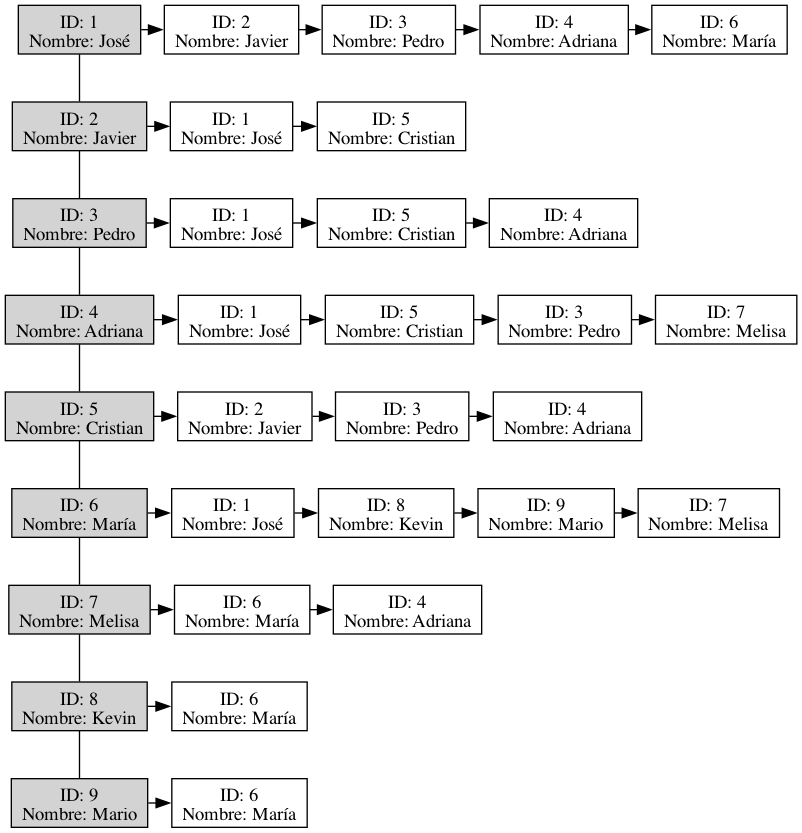
This is fase3/usuarios/reportes/grafoLista.png from Ggi0/-EDD-Proyecto_202100229, a Graphviz export, as it was before one commit. Its source is kept beside it as fase3/usuarios/reportes/grafoLista.dot.
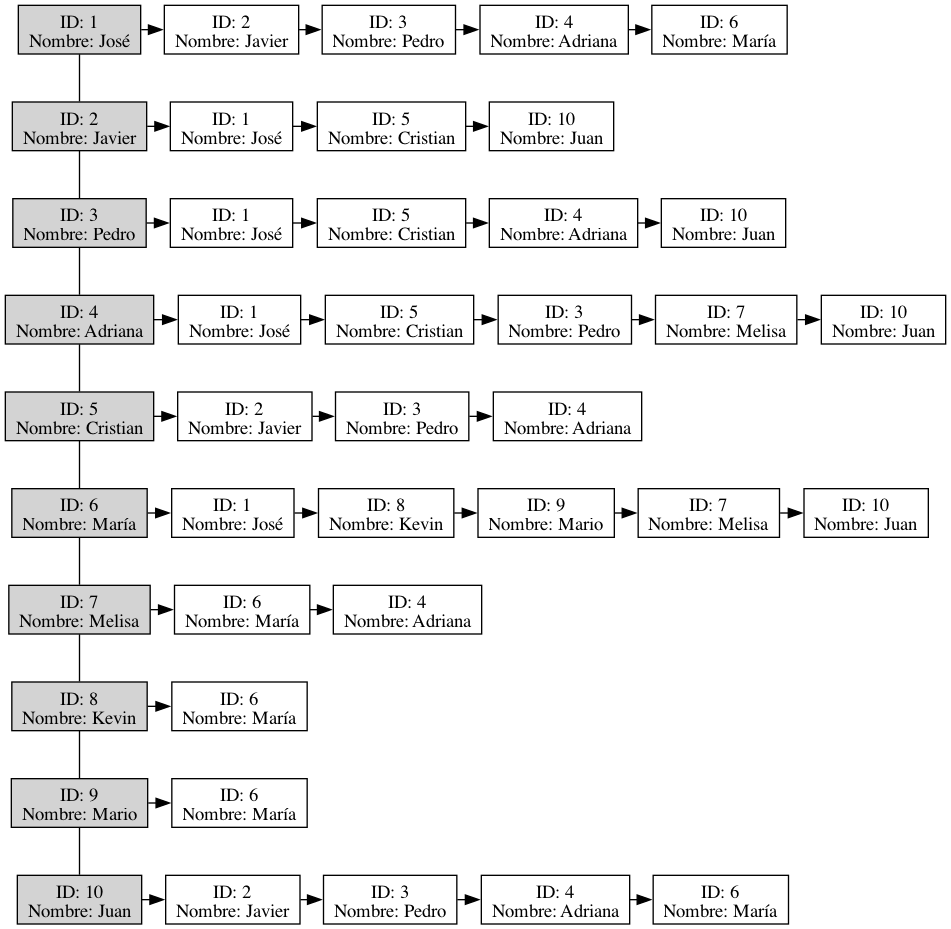
Above is the later version.

What changed in the source:
```diff
@@ -1,69 +1,87 @@
 digraph G {
 node[shape = "box" style = "filled"]
 Nodo1[label = "ID: 1\nNombre: José" group = "1" fillcolor="lightgray"];
-Nodo1->Nodo2[dir = none];Nodo1->Nodo0x7fba8c506430;
-Nodo0x7fba8c506430[label = "ID: 2\nNombre: Javier" fillcolor = "white"];
-Nodo0x7fba8c506430->Nodo0x7fba8c5065b0;
-Nodo0x7fba8c5065b0[label = "ID: 3\nNombre: Pedro" fillcolor = "white"];
-Nodo0x7fba8c5065b0->Nodo0x7fba8c506730;
-Nodo0x7fba8c506730[label = "ID: 4\nNombre: Adriana" fillcolor = "white"];
-Nodo0x7fba8c506730->Nodo0x7fba8c5068b0;
-Nodo0x7fba8c5068b0[label = "ID: 6\nNombre: María" fillcolor = "white"];
-{rank=same;Nodo1;Nodo0x7fba8c506430;Nodo0x7fba8c5065b0;Nodo0x7fba8c506730;Nodo0x7fba8c5068b0}
+Nodo1->Nodo2[dir = none];Nodo1->Nodo0x7facbbc06580;
+Nodo0x7facbbc06580[label = "ID: 2\nNombre: Javier" fillcolor = "white"];
+Nodo0x7facbbc06580->Nodo0x7facbbc06700;
+Nodo0x7facbbc06700[label = "ID: 3\nNombre: Pedro" fillcolor = "white"];
+Nodo0x7facbbc06700->Nodo0x7facbbc06880;
+Nodo0x7facbbc06880[label = "ID: 4\nNombre: Adriana" fillcolor = "white"];
+Nodo0x7facbbc06880->Nodo0x7facbbc06a00;
+Nodo0x7facbbc06a00[label = "ID: 6\nNombre: María" fillcolor = "white"];
+{rank=same;Nodo1;Nodo0x7facbbc06580;Nodo0x7facbbc06700;Nodo0x7facbbc06880;Nodo0x7facbbc06a00}
 Nodo2[label = "ID: 2\nNombre: Javier" group = "1" fillcolor="lightgray"];
-Nodo2->Nodo3[dir = none];Nodo2->Nodo0x7fba8c5064f0;
-Nodo0x7fba8c5064f0[label = "ID: 1\nNombre: José" fillcolor = "white"];
-Nodo0x7fba8c5064f0->Nodo0x7fba8c506af0;
-Nodo0x7fba8c506af0[label = "ID: 5\nNombre: Cristian" fillcolor = "white"];
-{rank=same;Nodo2;Nodo0x7fba8c5064f0;Nodo0x7fba8c506af0}
+Nodo2->Nodo3[dir = none];Nodo2->Nodo0x7facbbc06640;
+Nodo0x7facbbc06640[label = "ID: 1\nNombre: José" fillcolor = "white"];
+Nodo0x7facbbc06640->Nodo0x7facbbc06c40;
+Nodo0x7facbbc06c40[label = "ID: 5\nNombre: Cristian" fillcolor = "white"];
+Nodo0x7facbbc06c40->Nodo0x7facbbc07840;
+Nodo0x7facbbc07840[label = "ID: 10\nNombre: Juan" fillcolor = "white"];
+{rank=same;Nodo2;Nodo0x7facbbc06640;Nodo0x7facbbc06c40;Nodo0x7facbbc07840}
 Nodo3[label = "ID: 3\nNombre: Pedro" group = "1" fillcolor="lightgray"];
-Nodo3->Nodo4[dir = none];Nodo3->Nodo0x7fba8c506670;
-Nodo0x7fba8c506670[label = "ID: 1\nNombre: José" fillcolor = "white"];
-Nodo0x7fba8c506670->Nodo0x7fba8c506c70;
-Nodo0x7fba8c506c70[label = "ID: 5\nNombre: Cristian" fillcolor = "white"];
-Nodo0x7fba8c506c70->Nodo0x7fba8c506eb0;
-Nodo0x7fba8c506eb0[label = "ID: 4\nNombre: Adriana" fillcolor = "white"];
-{rank=same;Nodo3;Nodo0x7fba8c506670;Nodo0x7fba8c506c70;Nodo0x7fba8c506eb0}
+Nodo3->Nodo4[dir = none];Nodo3->Nodo0x7facbbc067c0;
+Nodo0x7facbbc067c0[label = "ID: 1\nNombre: José" fillcolor = "white"];
+Nodo0x7facbbc067c0->Nodo0x7facbbc06dc0;
+Nodo0x7facbbc06dc0[label = "ID: 5\nNombre: Cristian" fillcolor = "white"];
+Nodo0x7facbbc06dc0->Nodo0x7facbbc07000;
+Nodo0x7facbbc07000[label = "ID: 4\nNombre: Adriana" fillcolor = "white"];
+Nodo0x7facbbc07000->Nodo0x7facbbc079c0;
+Nodo0x7facbbc079c0[label = "ID: 10\nNombre: Juan" fillcolor = "white"];
+{rank=same;Nodo3;Nodo0x7facbbc067c0;Nodo0x7facbbc06dc0;Nodo0x7facbbc07000;Nodo0x7facbbc079c0}
 Nodo4[label = "ID: 4\nNombre: Adriana" group = "1" fillcolor="lightgray"];
-Nodo4->Nodo5[dir = none];Nodo4->Nodo0x7fba8c5067f0;
-Nodo0x7fba8c5067f0[label = "ID: 1\nNombre: José" fillcolor = "white"];
-Nodo0x7fba8c5067f0->Nodo0x7fba8c506df0;
-Nodo0x7fba8c506df0[label = "ID: 5\nNombre: Cristian" fillcolor = "white"];
-Nodo0x7fba8c506df0->Nodo0x7fba8c506f70;
-Nodo0x7fba8c506f70[label = "ID: 3\nNombre: Pedro" fillcolor = "white"];
-Nodo0x7fba8c506f70->Nodo0x7fba8c50a050;
-Nodo0x7fba8c50a050[label = "ID: 7\nNombre: Melisa" fillcolor = "white"];
-{rank=same;Nodo4;Nodo0x7fba8c5067f0;Nodo0x7fba8c506df0;Nodo0x7fba8c506f70;Nodo0x7fba8c50a050}
+Nodo4->Nodo5[dir = none];Nodo4->Nodo0x7facbbc06940;
+Nodo0x7facbbc06940[label = "ID: 1\nNombre: José" fillcolor = "white"];
+Nodo0x7facbbc06940->Nodo0x7facbbc06f40;
+Nodo0x7facbbc06f40[label = "ID: 5\nNombre: Cristian" fillcolor = "white"];
+Nodo0x7facbbc06f40->Nodo0x7facbbc070c0;
+Nodo0x7facbbc070c0[label = "ID: 3\nNombre: Pedro" fillcolor = "white"];
+Nodo0x7facbbc070c0->Nodo0x7facbbc076c0;
+Nodo0x7facbbc076c0[label = "ID: 7\nNombre: Melisa" fillcolor = "white"];
+Nodo0x7facbbc076c0->Nodo0x7facbbc07b40;
+Nodo0x7facbbc07b40[label = "ID: 10\nNombre: Juan" fillcolor = "white"];
+{rank=same;Nodo4;Nodo0x7facbbc06940;Nodo0x7facbbc06f40;Nodo0x7facbbc070c0;Nodo0x7facbbc076c0;Nodo0x7facbbc07b40}
 Nodo5[label = "ID: 5\nNombre: Cristian" group = "1" fillcolor="lightgray"];
-Nodo5->Nodo6[dir = none];Nodo5->Nodo0x7fba8c506a30;
-Nodo0x7fba8c506a30[label = "ID: 2\nNombre: Javier" fillcolor = "white"];
-Nodo0x7fba8c506a30->Nodo0x7fba8c506bb0;
-Nodo0x7fba8c506bb0[label = "ID: 3\nNombre: Pedro" fillcolor = "white"];
-Nodo0x7fba8c506bb0->Nodo0x7fba8c506d30;
-Nodo0x7fba8c506d30[label = "ID: 4\nNombre: Adriana" fillcolor = "white"];
-{rank=same;Nodo5;Nodo0x7fba8c506a30;Nodo0x7fba8c506bb0;Nodo0x7fba8c506d30}
+Nodo5->Nodo6[dir = none];Nodo5->Nodo0x7facbbc06b80;
+Nodo0x7facbbc06b80[label = "ID: 2\nNombre: Javier" fillcolor = "white"];
+Nodo0x7facbbc06b80->Nodo0x7facbbc06d00;
+Nodo0x7facbbc06d00[label = "ID: 3\nNombre: Pedro" fillcolor = "white"];
+Nodo0x7facbbc06d00->Nodo0x7facbbc06e80;
+Nodo0x7facbbc06e80[label = "ID: 4\nNombre: Adriana" fillcolor = "white"];
+{rank=same;Nodo5;Nodo0x7facbbc06b80;Nodo0x7facbbc06d00;Nodo0x7facbbc06e80}
 Nodo6[label = "ID: 6\nNombre: María" group = "1" fillcolor="lightgray"];
-Nodo6->Nodo7[dir = none];Nodo6->Nodo0x7fba8c506970;
-Nodo0x7fba8c506970[label = "ID: 1\nNombre: José" fillcolor = "white"];
-Nodo0x7fba8c506970->Nodo0x7fba8c507030;
-Nodo0x7fba8c507030[label = "ID: 8\nNombre: Kevin" fillcolor = "white"];
-Nodo0x7fba8c507030->Nodo0x7fba8c5071b0;
-Nodo0x7fba8c5071b0[label = "ID: 9\nNombre: Mario" fillcolor = "white"];
-Nodo0x7fba8c5071b0->Nodo0x7fba8c509e10;
-Nodo0x7fba8c509e10[label = "ID: 7\nNombre: Melisa" fillcolor = "white"];
-{rank=same;Nodo6;Nodo0x7fba8c506970;Nodo0x7fba8c507030;Nodo0x7fba8c5071b0;Nodo0x7fba8c509e10}
+Nodo6->Nodo7[dir = none];Nodo6->Nodo0x7facbbc06ac0;
+Nodo0x7facbbc06ac0[label = "ID: 1\nNombre: José" fillcolor = "white"];
+Nodo0x7facbbc06ac0->Nodo0x7facbbc07180;
+Nodo0x7facbbc07180[label = "ID: 8\nNombre: Kevin" fillcolor = "white"];
+Nodo0x7facbbc07180->Nodo0x7facbbc07300;
+Nodo0x7facbbc07300[label = "ID: 9\nNombre: Mario" fillcolor = "white"];
+Nodo0x7facbbc07300->Nodo0x7facbbc07480;
+Nodo0x7facbbc07480[label = "ID: 7\nNombre: Melisa" fillcolor = "white"];
+Nodo0x7facbbc07480->Nodo0x7facbbc07cc0;
+Nodo0x7facbbc07cc0[label = "ID: 10\nNombre: Juan" fillcolor = "white"];
+{rank=same;Nodo6;Nodo0x7facbbc06ac0;Nodo0x7facbbc07180;Nodo0x7facbbc07300;Nodo0x7facbbc07480;Nodo0x7facbbc07cc0}
 Nodo7[label = "ID: 7\nNombre: Melisa" group = "1" fillcolor="lightgray"];
-Nodo7->Nodo8[dir = none];Nodo7->Nodo0x7fba8c509ed0;
-Nodo0x7fba8c509ed0[label = "ID: 6\nNombre: María" fillcolor = "white"];
-Nodo0x7fba8c509ed0->Nodo0x7fba8c509f90;
-Nodo0x7fba8c509f90[label = "ID: 4\nNombre: Adriana" fillcolor = "white"];
-{rank=same;Nodo7;Nodo0x7fba8c509ed0;Nodo0x7fba8c509f90}
+Nodo7->Nodo8[dir = none];Nodo7->Nodo0x7facbbc07540;
+Nodo0x7facbbc07540[label = "ID: 6\nNombre: María" fillcolor = "white"];
+Nodo0x7facbbc07540->Nodo0x7facbbc07600;
+Nodo0x7facbbc07600[label = "ID: 4\nNombre: Adriana" fillcolor = "white"];
+{rank=same;Nodo7;Nodo0x7facbbc07540;Nodo0x7facbbc07600}
 Nodo8[label = "ID: 8\nNombre: Kevin" group = "1" fillcolor="lightgray"];
-Nodo8->Nodo9[dir = none];Nodo8->Nodo0x7fba8c5070f0;
-Nodo0x7fba8c5070f0[label = "ID: 6\nNombre: María" fillcolor = "white"];
-{rank=same;Nodo8;Nodo0x7fba8c5070f0}
+Nodo8->Nodo9[dir = none];Nodo8->Nodo0x7facbbc07240;
+Nodo0x7facbbc07240[label = "ID: 6\nNombre: María" fillcolor = "white"];
+{rank=same;Nodo8;Nodo0x7facbbc07240}
 Nodo9[label = "ID: 9\nNombre: Mario" group = "1" fillcolor="lightgray"];
-Nodo9->Nodo0x7fba8c509d50;
-Nodo0x7fba8c509d50[label = "ID: 6\nNombre: María" fillcolor = "white"];
-{rank=same;Nodo9;Nodo0x7fba8c509d50}
+Nodo9->Nodo10[dir = none];Nodo9->Nodo0x7facbbc073c0;
+Nodo0x7facbbc073c0[label = "ID: 6\nNombre: María" fillcolor = "white"];
+{rank=same;Nodo9;Nodo0x7facbbc073c0}
+Nodo10[label = "ID: 10\nNombre: Juan" group = "1" fillcolor="lightgray"];
+Nodo10->Nodo0x7facbbc07780;
+Nodo0x7facbbc07780[label = "ID: 2\nNombre: Javier" fillcolor = "white"];
+Nodo0x7facbbc07780->Nodo0x7facbbc07900;
+Nodo0x7facbbc07900[label = "ID: 3\nNombre: Pedro" fillcolor = "white"];
+Nodo0x7facbbc07900->Nodo0x7facbbc07a80;
+Nodo0x7facbbc07a80[label = "ID: 4\nNombre: Adriana" fillcolor = "white"];
+Nodo0x7facbbc07a80->Nodo0x7facbbc07c00;
+Nodo0x7facbbc07c00[label = "ID: 6\nNombre: María" fillcolor = "white"];
+{rank=same;Nodo10;Nodo0x7facbbc07780;Nodo0x7facbbc07900;Nodo0x7facbbc07a80;Nodo0x7facbbc07c00}
 }
```
